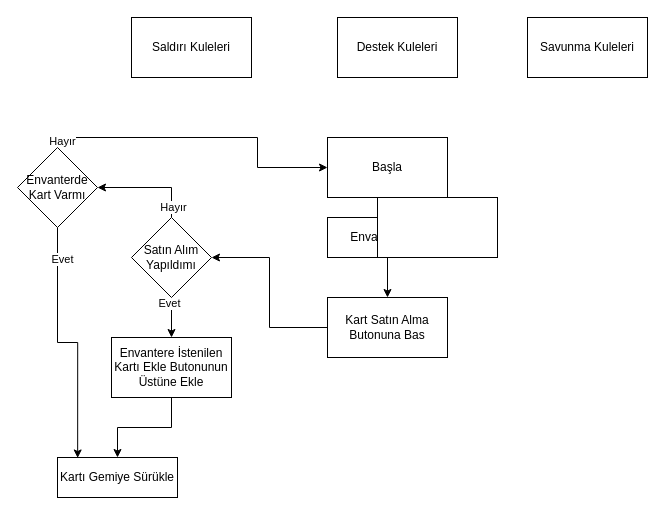
The draw.io diagram TidalOfPupetsV1.0/TidalOfPupetsStore.drawio in RecepCanSarac/TidalOfPuppetsV1.0, before the edit. Source tidied: cells renumbered, new cells numbered last; positions are measured from the earlier drawing's top-left corner, leaving out a move shared by most shapes. Both pictures are drawn from the tidied source at 100%, with x=0, y=0 at pixel (17, 17).
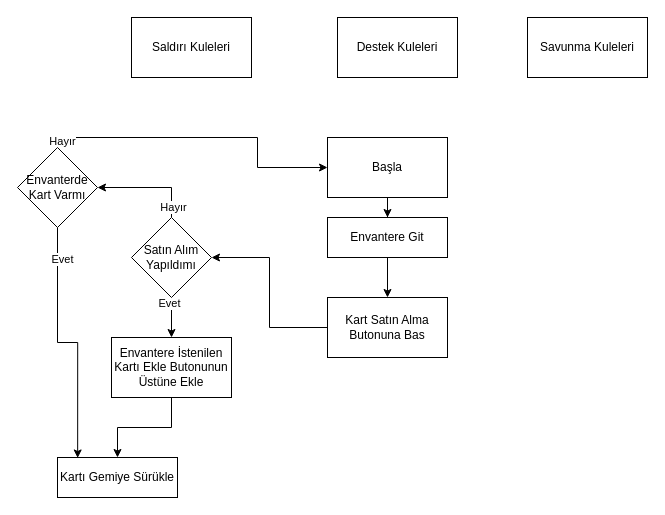
Above is the later version.

What changed in the source:
```diff
@@
-    <mxCell id="23" style="rounded=0;whiteSpace=wrap;html=1;" parent="1" vertex="1">
-      <mxGeometry x="360" y="180" width="120" height="60" as="geometry" />
-    </mxCell>
```
